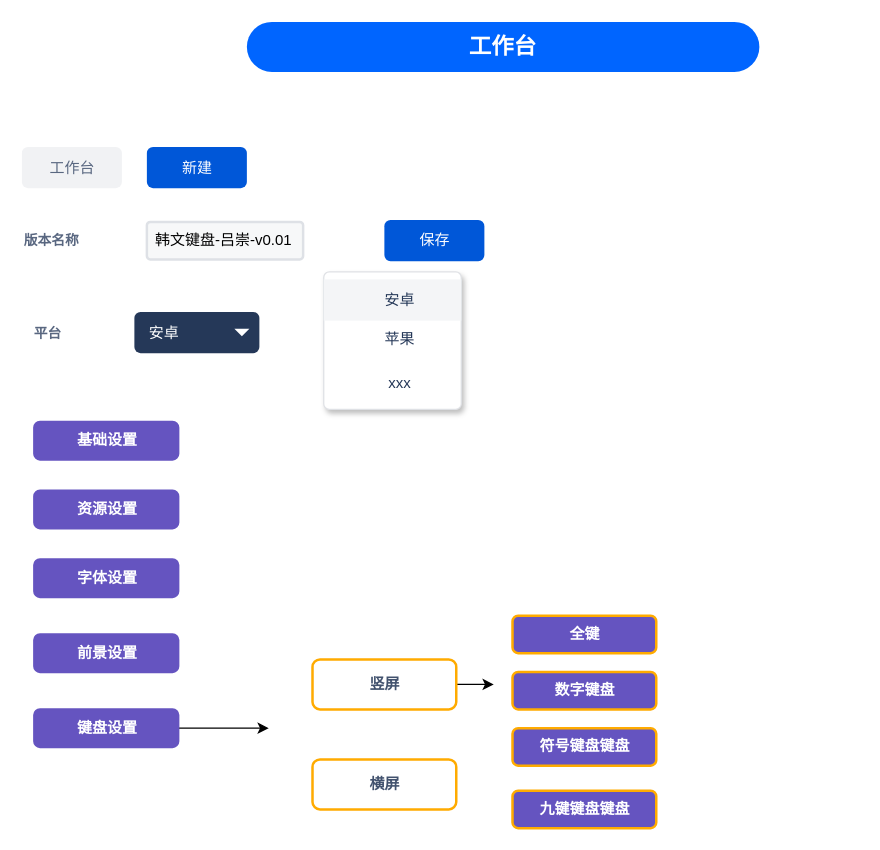
This is layout-editor/工作台表单.drawio from chonglv/charts, a draw.io file, before an edit. Source tidied: cells renumbered, new cells numbered last; positions are measured from the earlier drawing's top-left corner, leaving out a move shared by most shapes. Both pictures are drawn from the tidied source at 125%, with x=0, y=0 at pixel (21, 21).
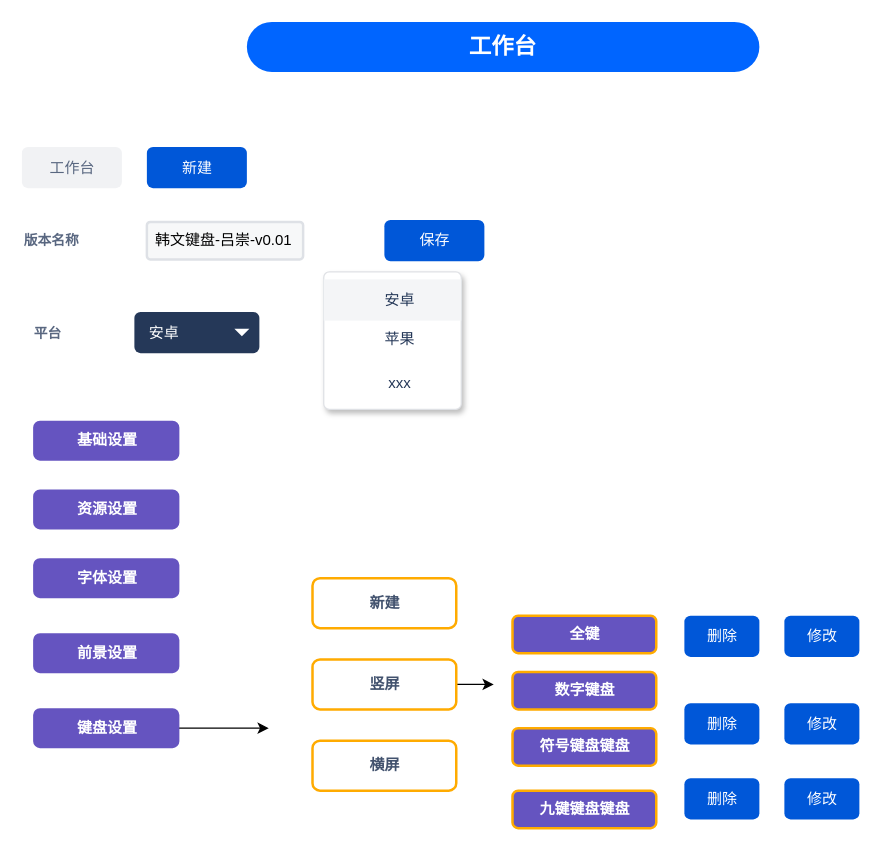
After the change.

Commit message (it also covers changes not shown here):
更新工作台表单.drawio

Diff of the diagram source:
```diff
@@
     <mxCell id="16" value="横屏" style="dashed=0;html=1;rounded=1;strokeColor=#FFAB00;fontSize=12;align=center;fontStyle=1;strokeWidth=2;fontColor=#42526E;" parent="1" vertex="1">
-      <mxGeometry x="232.5" y="590" width="115" height="40" as="geometry" />
+      <mxGeometry x="232.5" y="575" width="115" height="40" as="geometry" />
     </mxCell>
@@
+    <mxCell id="28" value="新建" style="dashed=0;html=1;rounded=1;strokeColor=#FFAB00;fontSize=12;align=center;fontStyle=1;strokeWidth=2;fontColor=#42526E;" parent="1" vertex="1">
+      <mxGeometry x="232.5" y="445" width="115" height="40" as="geometry" />
+    </mxCell>
+    <mxCell id="29" value="删除" style="rounded=1;fillColor=#0057D8;align=center;strokeColor=none;html=1;fontColor=#ffffff;fontSize=12;" parent="1" vertex="1">
+      <mxGeometry x="530" y="475" width="60" height="33" as="geometry" />
+    </mxCell>
+    <mxCell id="30" value="修改" style="rounded=1;fillColor=#0057D8;align=center;strokeColor=none;html=1;fontColor=#ffffff;fontSize=12;" parent="1" vertex="1">
+      <mxGeometry x="610" y="475" width="60" height="33" as="geometry" />
+    </mxCell>
+    <mxCell id="31" value="删除" style="rounded=1;fillColor=#0057D8;align=center;strokeColor=none;html=1;fontColor=#ffffff;fontSize=12;" parent="1" vertex="1">
+      <mxGeometry x="530" y="545" width="60" height="33" as="geometry" />
+    </mxCell>
+    <mxCell id="32" value="修改" style="rounded=1;fillColor=#0057D8;align=center;strokeColor=none;html=1;fontColor=#ffffff;fontSize=12;" parent="1" vertex="1">
+      <mxGeometry x="610" y="545" width="60" height="33" as="geometry" />
+    </mxCell>
+    <mxCell id="33" value="删除" style="rounded=1;fillColor=#0057D8;align=center;strokeColor=none;html=1;fontColor=#ffffff;fontSize=12;" parent="1" vertex="1">
+      <mxGeometry x="530" y="605" width="60" height="33" as="geometry" />
+    </mxCell>
+    <mxCell id="34" value="修改" style="rounded=1;fillColor=#0057D8;align=center;strokeColor=none;html=1;fontColor=#ffffff;fontSize=12;" parent="1" vertex="1">
+      <mxGeometry x="610" y="605" width="60" height="33" as="geometry" />
+    </mxCell>
```
